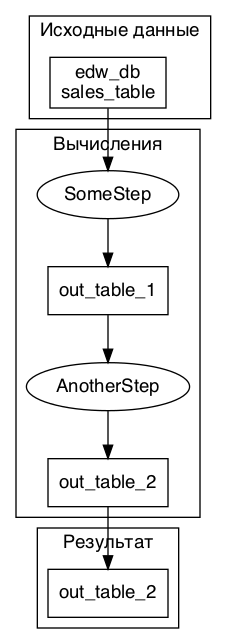
Above: example_project/modules/some_module/pipeline.png in n-surkov/PySparkPipeline (Graphviz), before the change. Its source is kept beside it as example_project/modules/some_module/pipeline.dot. Source of this version:
```dot
digraph G{
  graph [fontname="Liberation Serif"]
  node [shape=rect, fontname="Liberation Serif"]

  subgraph cluster_sources{
    label="Исходные данные"
    src_table_input_table_1 [label=<edw_db<br/>sales_table>]
  }


  subgraph cluster_calculations{
    label="Вычисления"
    step0 [label="SomeStep", shape=ellipse]
    src_table_input_table_1 -> step0
    interm_table_out_table_1 [label="out_table_1"]
    step0 -> interm_table_out_table_1
    step1 [label="AnotherStep", shape=ellipse]
    interm_table_out_table_1 -> step1
    interm_table_out_table_2 [label="out_table_2"]
    step1 -> interm_table_out_table_2
  }


  subgraph cluster_outputs{
    label="Результат"
    output_table_out_table_2 [label="out_table_2"]
    interm_table_out_table_2 -> output_table_out_table_2
  }
}
```
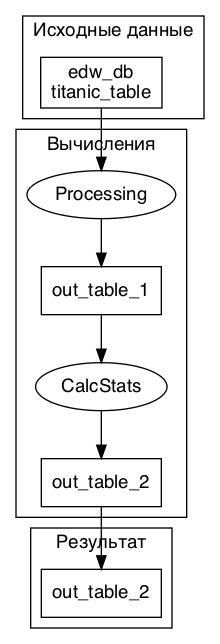
The same diagram one commit later.

Diff of the diagram source:
```diff
@@ -4,17 +4,17 @@
 
   subgraph cluster_sources{
     label="Исходные данные"
-    src_table_input_table_1 [label=<edw_db<br/>sales_table>]
+    src_table_input_table_1 [label=<edw_db<br/>titanic_table>]
   }
 
 
   subgraph cluster_calculations{
     label="Вычисления"
-    step0 [label="SomeStep", shape=ellipse]
+    step0 [label="Processing", shape=ellipse]
     src_table_input_table_1 -> step0
     interm_table_out_table_1 [label="out_table_1"]
     step0 -> interm_table_out_table_1
-    step1 [label="AnotherStep", shape=ellipse]
+    step1 [label="CalcStats", shape=ellipse]
     interm_table_out_table_1 -> step1
     interm_table_out_table_2 [label="out_table_2"]
     step1 -> interm_table_out_table_2
```
